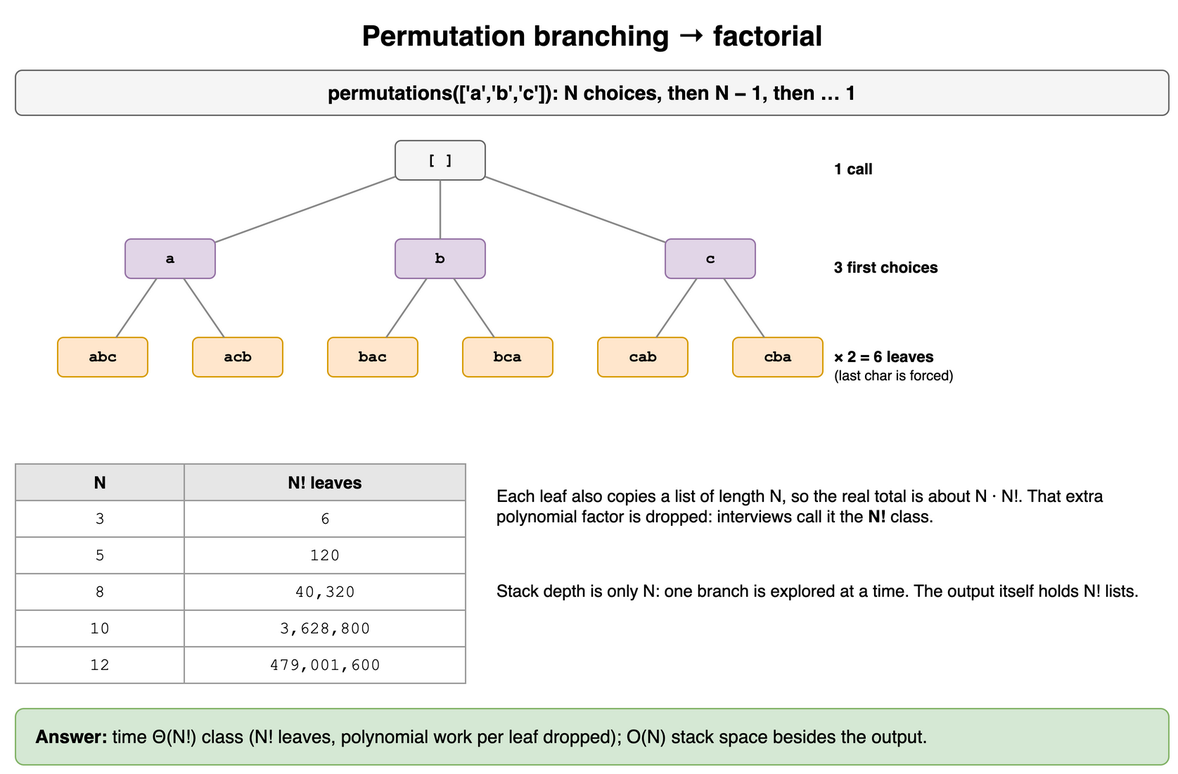
This is content/07_Data_Structures_and_Algorithms/01_Algorithmic_Complexity/diagrams/algorithmic-complexity-drills-14-factorial.png from amendez13/swe-study-guide, a draw.io export, as it was before one commit. Source tidied: cells renumbered, new cells last; positions are measured from the earlier drawing's top-left corner, leaving out a move shared by most shapes.
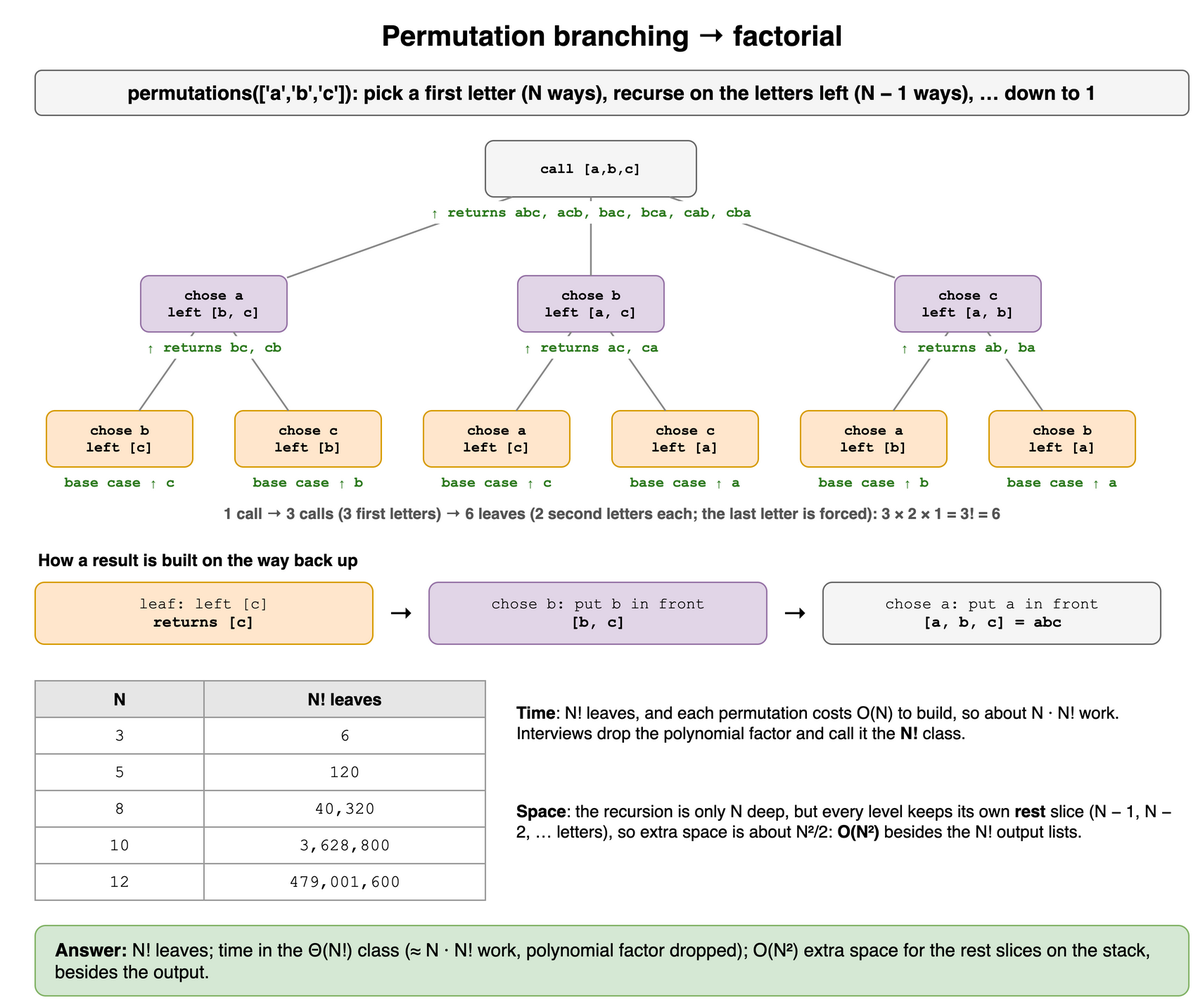
The same file after the commit.

Commit message:
docs(dsa): clarify the permutation branching drill and its diagram

Rewrite the prompt in plain terms, label each call with the letter chosen and
the letters left, show what each call returns, and correct the space bound to
O(N^2) for the rest slices kept on the stack.

Change to the diagram source:
```diff
@@ -7,34 +7,34 @@
     </mxCell>
-    <mxCell id="3" value="permutations(['a','b','c']): N choices, then N − 1, then … 1" style="rounded=1;whiteSpace=wrap;html=1;fillColor=#f5f5f5;strokeColor=#666666;fontStyle=1;fontSize=14;" parent="1" vertex="1">
+    <mxCell id="3" value="permutations(['a','b','c']): pick a first letter (N ways), recurse on the letters left (N − 1 ways), … down to 1" style="rounded=1;whiteSpace=wrap;html=1;fillColor=#f5f5f5;strokeColor=#666666;fontStyle=1;fontSize=14;" parent="1" vertex="1">
       <mxGeometry y="40" width="820" height="32" as="geometry" />
     </mxCell>
-    <mxCell id="4" value="[ ]" style="rounded=1;whiteSpace=wrap;html=1;fontFamily=Courier New;fontSize=11;fontStyle=1;fillColor=#f5f5f5;strokeColor=#666666;" parent="1" vertex="1">
-      <mxGeometry x="270" y="90" width="64" height="28" as="geometry" />
+    <mxCell id="4" value="call [a,b,c]" style="rounded=1;whiteSpace=wrap;html=1;fontFamily=Courier New;fontSize=11;fontStyle=1;fillColor=#f5f5f5;strokeColor=#666666;fontSize=10;" parent="1" vertex="1">
+      <mxGeometry x="320" y="90" width="150" height="40" as="geometry" />
     </mxCell>
-    <mxCell id="5" value="a" style="rounded=1;whiteSpace=wrap;html=1;fontFamily=Courier New;fontSize=11;fontStyle=1;fillColor=#e1d5e7;strokeColor=#9673a6;" parent="1" vertex="1">
-      <mxGeometry x="78" y="160" width="64" height="28" as="geometry" />
+    <mxCell id="5" value="chose a&lt;br&gt;left [b, c]" style="rounded=1;whiteSpace=wrap;html=1;fontFamily=Courier New;fontSize=11;fontStyle=1;fillColor=#e1d5e7;strokeColor=#9673a6;fontSize=10;" parent="1" vertex="1">
+      <mxGeometry x="75" y="186" width="104" height="40" as="geometry" />
     </mxCell>
-    <mxCell id="6" value="abc" style="rounded=1;whiteSpace=wrap;html=1;fontFamily=Courier New;fontSize=11;fontStyle=1;fillColor=#ffe6cc;strokeColor=#d79b00;" parent="1" vertex="1">
-      <mxGeometry x="30" y="230" width="64" height="28" as="geometry" />
+    <mxCell id="6" value="chose b&lt;br&gt;left [c]" style="rounded=1;whiteSpace=wrap;html=1;fontFamily=Courier New;fontSize=11;fontStyle=1;fillColor=#ffe6cc;strokeColor=#d79b00;fontSize=10;" parent="1" vertex="1">
+      <mxGeometry x="8" y="282" width="104" height="40" as="geometry" />
     </mxCell>
-    <mxCell id="7" value="acb" style="rounded=1;whiteSpace=wrap;html=1;fontFamily=Courier New;fontSize=11;fontStyle=1;fillColor=#ffe6cc;strokeColor=#d79b00;" parent="1" vertex="1">
-      <mxGeometry x="126" y="230" width="64" height="28" as="geometry" />
+    <mxCell id="7" value="chose c&lt;br&gt;left [b]" style="rounded=1;whiteSpace=wrap;html=1;fontFamily=Courier New;fontSize=11;fontStyle=1;fillColor=#ffe6cc;strokeColor=#d79b00;fontSize=10;" parent="1" vertex="1">
+      <mxGeometry x="142" y="282" width="104" height="40" as="geometry" />
     </mxCell>
-    <mxCell id="8" value="b" style="rounded=1;whiteSpace=wrap;html=1;fontFamily=Courier New;fontSize=11;fontStyle=1;fillColor=#e1d5e7;strokeColor=#9673a6;" parent="1" vertex="1">
-      <mxGeometry x="270" y="160" width="64" height="28" as="geometry" />
+    <mxCell id="8" value="chose b&lt;br&gt;left [a, c]" style="rounded=1;whiteSpace=wrap;html=1;fontFamily=Courier New;fontSize=11;fontStyle=1;fillColor=#e1d5e7;strokeColor=#9673a6;fontSize=10;" parent="1" vertex="1">
+      <mxGeometry x="343" y="186" width="104" height="40" as="geometry" />
     </mxCell>
-    <mxCell id="9" value="bac" style="rounded=1;whiteSpace=wrap;html=1;fontFamily=Courier New;fontSize=11;fontStyle=1;fillColor=#ffe6cc;strokeColor=#d79b00;" parent="1" vertex="1">
-      <mxGeometry x="222" y="230" width="64" height="28" as="geometry" />
+    <mxCell id="9" value="chose a&lt;br&gt;left [c]" style="rounded=1;whiteSpace=wrap;html=1;fontFamily=Courier New;fontSize=11;fontStyle=1;fillColor=#ffe6cc;strokeColor=#d79b00;fontSize=10;" parent="1" vertex="1">
+      <mxGeometry x="276" y="282" width="104" height="40" as="geometry" />
     </mxCell>
-    <mxCell id="10" value="bca" style="rounded=1;whiteSpace=wrap;html=1;fontFamily=Courier New;fontSize=11;fontStyle=1;fillColor=#ffe6cc;strokeColor=#d79b00;" parent="1" vertex="1">
-      <mxGeometry x="318" y="230" width="64" height="28" as="geometry" />
+    <mxCell id="10" value="chose c&lt;br&gt;left [a]" style="rounded=1;whiteSpace=wrap;html=1;fontFamily=Courier New;fontSize=11;fontStyle=1;fillColor=#ffe6cc;strokeColor=#d79b00;fontSize=10;" parent="1" vertex="1">
+      <mxGeometry x="410" y="282" width="104" height="40" as="geometry" />
     </mxCell>
-    <mxCell id="11" value="c" style="rounded=1;whiteSpace=wrap;html=1;fontFamily=Courier New;fontSize=11;fontStyle=1;fillColor=#e1d5e7;strokeColor=#9673a6;" parent="1" vertex="1">
-      <mxGeometry x="462" y="160" width="64" height="28" as="geometry" />
+    <mxCell id="11" value="chose c&lt;br&gt;left [a, b]" style="rounded=1;whiteSpace=wrap;html=1;fontFamily=Courier New;fontSize=11;fontStyle=1;fillColor=#e1d5e7;strokeColor=#9673a6;fontSize=10;" parent="1" vertex="1">
+      <mxGeometry x="611" y="186" width="104" height="40" as="geometry" />
     </mxCell>
-    <mxCell id="12" value="cab" style="rounded=1;whiteSpace=wrap;html=1;fontFamily=Courier New;fontSize=11;fontStyle=1;fillColor=#ffe6cc;strokeColor=#d79b00;" parent="1" vertex="1">
-      <mxGeometry x="414" y="230" width="64" height="28" as="geometry" />
+    <mxCell id="12" value="chose a&lt;br&gt;left [b]" style="rounded=1;whiteSpace=wrap;html=1;fontFamily=Courier New;fontSize=11;fontStyle=1;fillColor=#ffe6cc;strokeColor=#d79b00;fontSize=10;" parent="1" vertex="1">
+      <mxGeometry x="544" y="282" width="104" height="40" as="geometry" />
     </mxCell>
-    <mxCell id="13" value="cba" style="rounded=1;whiteSpace=wrap;html=1;fontFamily=Courier New;fontSize=11;fontStyle=1;fillColor=#ffe6cc;strokeColor=#d79b00;" parent="1" vertex="1">
-      <mxGeometry x="510" y="230" width="64" height="28" as="geometry" />
+    <mxCell id="13" value="chose b&lt;br&gt;left [a]" style="rounded=1;whiteSpace=wrap;html=1;fontFamily=Courier New;fontSize=11;fontStyle=1;fillColor=#ffe6cc;strokeColor=#d79b00;fontSize=10;" parent="1" vertex="1">
+      <mxGeometry x="678" y="282" width="104" height="40" as="geometry" />
     </mxCell>
@@ -67,56 +67,98 @@
     </mxCell>
-    <mxCell id="23" value="1 call" style="text;html=1;align=center;verticalAlign=middle;whiteSpace=wrap;fontSize=11;fontStyle=1;align=left;" parent="1" vertex="1">
-      <mxGeometry x="580" y="90" width="180" height="40" as="geometry" />
+    <mxCell id="23" value="↑ returns abc, acb, bac, bca, cab, cba" style="text;html=1;align=center;verticalAlign=middle;whiteSpace=wrap;fontSize=10;fontColor=#2d7a1f;fontStyle=1;fillColor=#ffffff;fontFamily=Courier New;" parent="1" vertex="1">
+      <mxGeometry x="230" y="133" width="330" height="16" as="geometry" />
     </mxCell>
-    <mxCell id="24" value="3 first choices" style="text;html=1;align=center;verticalAlign=middle;whiteSpace=wrap;fontSize=11;fontStyle=1;align=left;" parent="1" vertex="1">
-      <mxGeometry x="580" y="160" width="180" height="40" as="geometry" />
+    <mxCell id="24" value="↑ returns bc, cb" style="text;html=1;align=center;verticalAlign=middle;whiteSpace=wrap;fontSize=10;fontColor=#2d7a1f;fontStyle=1;fillColor=#ffffff;fontFamily=Courier New;" parent="1" vertex="1">
+      <mxGeometry x="52" y="229" width="150" height="16" as="geometry" />
     </mxCell>
-    <mxCell id="25" value="× 2 = 6 leaves&lt;br&gt;&lt;span style='font-size:10px;font-weight:normal'&gt;(last char is forced)&lt;/span&gt;" style="text;html=1;align=center;verticalAlign=middle;whiteSpace=wrap;fontSize=11;fontStyle=1;align=left;" parent="1" vertex="1">
-      <mxGeometry x="580" y="230" width="180" height="40" as="geometry" />
+    <mxCell id="25" value="base case ↑ c" style="text;html=1;align=center;verticalAlign=middle;whiteSpace=wrap;fontSize=10;fontColor=#2d7a1f;fontStyle=1;fillColor=#ffffff;fontFamily=Courier New;" parent="1" vertex="1">
+      <mxGeometry x="-15" y="325" width="150" height="16" as="geometry" />
     </mxCell>
-    <mxCell id="26" value="N" style="whiteSpace=wrap;html=1;fillColor=#e6e6e6;strokeColor=#999999;fontStyle=1;fontSize=12;" parent="1" vertex="1">
-      <mxGeometry y="320" width="120" height="26" as="geometry" />
+    <mxCell id="26" value="base case ↑ b" style="text;html=1;align=center;verticalAlign=middle;whiteSpace=wrap;fontSize=10;fontColor=#2d7a1f;fontStyle=1;fillColor=#ffffff;fontFamily=Courier New;" parent="1" vertex="1">
+      <mxGeometry x="119" y="325" width="150" height="16" as="geometry" />
     </mxCell>
-    <mxCell id="27" value="N! leaves" style="whiteSpace=wrap;html=1;fillColor=#e6e6e6;strokeColor=#999999;fontStyle=1;fontSize=12;" parent="1" vertex="1">
-      <mxGeometry x="120" y="320" width="200" height="26" as="geometry" />
+    <mxCell id="27" value="↑ returns ac, ca" style="text;html=1;align=center;verticalAlign=middle;whiteSpace=wrap;fontSize=10;fontColor=#2d7a1f;fontStyle=1;fillColor=#ffffff;fontFamily=Courier New;" parent="1" vertex="1">
+      <mxGeometry x="320" y="229" width="150" height="16" as="geometry" />
     </mxCell>
-    <mxCell id="28" value="3" style="whiteSpace=wrap;html=1;strokeColor=#999999;fontSize=12;fillColor=#ffffff;fontFamily=Courier New;" parent="1" vertex="1">
-      <mxGeometry y="346" width="120" height="26" as="geometry" />
+    <mxCell id="28" value="base case ↑ c" style="text;html=1;align=center;verticalAlign=middle;whiteSpace=wrap;fontSize=10;fontColor=#2d7a1f;fontStyle=1;fillColor=#ffffff;fontFamily=Courier New;" parent="1" vertex="1">
+      <mxGeometry x="253" y="325" width="150" height="16" as="geometry" />
     </mxCell>
-    <mxCell id="29" value="6" style="whiteSpace=wrap;html=1;strokeColor=#999999;fontSize=12;fillColor=#ffffff;fontFamily=Courier New;" parent="1" vertex="1">
-      <mxGeometry x="120" y="346" width="200" height="26" as="geometry" />
+    <mxCell id="29" value="base case ↑ a" style="text;html=1;align=center;verticalAlign=middle;whiteSpace=wrap;fontSize=10;fontColor=#2d7a1f;fontStyle=1;fillColor=#ffffff;fontFamily=Courier New;" parent="1" vertex="1">
+      <mxGeometry x="387" y="325" width="150" height="16" as="geometry" />
     </mxCell>
-    <mxCell id="30" value="5" style="whiteSpace=wrap;html=1;strokeColor=#999999;fontSize=12;fillColor=#ffffff;fontFamily=Courier New;" parent="1" vertex="1">
-      <mxGeometry y="372" width="120" height="26" as="geometry" />
+    <mxCell id="30" value="↑ returns ab, ba" style="text;html=1;align=center;verticalAlign=middle;whiteSpace=wrap;fontSize=10;fontColor=#2d7a1f;fontStyle=1;fillColor=#ffffff;fontFamily=Courier New;" parent="1" vertex="1">
+      <mxGeometry x="588" y="229" width="150" height="16" as="geometry" />
     </mxCell>
-    <mxCell id="31" value="120" style="whiteSpace=wrap;html=1;strokeColor=#999999;fontSize=12;fillColor=#ffffff;fontFamily=Courier New;" parent="1" vertex="1">
-      <mxGeometry x="120" y="372" width="200" height="26" as="geometry" />
+    <mxCell id="31" value="base case ↑ b" style="text;html=1;align=center;verticalAlign=middle;whiteSpace=wrap;fontSize=10;fontColor=#2d7a1f;fontStyle=1;fillColor=#ffffff;fontFamily=Courier New;" parent="1" vertex="1">
+      <mxGeometry x="521" y="325" width="150" height="16" as="geometry" />
     </mxCell>
-    <mxCell id="32" value="8" style="whiteSpace=wrap;html=1;strokeColor=#999999;fontSize=12;fillColor=#ffffff;fontFamily=Courier New;" parent="1" vertex="1">
-      <mxGeometry y="398" width="120" height="26" as="geometry" />
+    <mxCell id="32" value="base case ↑ a" style="text;html=1;align=center;verticalAlign=middle;whiteSpace=wrap;fontSize=10;fontColor=#2d7a1f;fontStyle=1;fillColor=#ffffff;fontFamily=Courier New;" parent="1" vertex="1">
+      <mxGeometry x="655" y="325" width="150" height="16" as="geometry" />
     </mxCell>
-    <mxCell id="33" value="40,320" style="whiteSpace=wrap;html=1;strokeColor=#999999;fontSize=12;fillColor=#ffffff;fontFamily=Courier New;" parent="1" vertex="1">
-      <mxGeometry x="120" y="398" width="200" height="26" as="geometry" />
+    <mxCell id="33" value="1 call → 3 calls (3 first letters) → 6 leaves (2 second letters each; the last letter is forced): 3 × 2 × 1 = 3! = 6" style="text;html=1;align=center;verticalAlign=middle;whiteSpace=wrap;fontSize=11;fontStyle=1;fontColor=#555555;" parent="1" vertex="1">
+      <mxGeometry y="346" width="820" height="18" as="geometry" />
     </mxCell>
-    <mxCell id="34" value="10" style="whiteSpace=wrap;html=1;strokeColor=#999999;fontSize=12;fillColor=#ffffff;fontFamily=Courier New;" parent="1" vertex="1">
-      <mxGeometry y="424" width="120" height="26" as="geometry" />
+    <mxCell id="34" value="&lt;b&gt;How a result is built on the way back up&lt;/b&gt;" style="text;html=1;align=center;verticalAlign=middle;whiteSpace=wrap;fontSize=12;align=left;" parent="1" vertex="1">
+      <mxGeometry y="378" width="820" height="20" as="geometry" />
     </mxCell>
-    <mxCell id="35" value="3,628,800" style="whiteSpace=wrap;html=1;strokeColor=#999999;fontSize=12;fillColor=#ffffff;fontFamily=Courier New;" parent="1" vertex="1">
-      <mxGeometry x="120" y="424" width="200" height="26" as="geometry" />
+    <mxCell id="35" value="leaf: left [c]&lt;br&gt;&lt;b&gt;returns [c]&lt;/b&gt;" style="rounded=1;whiteSpace=wrap;html=1;fontFamily=Courier New;fontSize=11;fontStyle=1;fontStyle=0;fontSize=11;fillColor=#ffe6cc;strokeColor=#d79b00;" parent="1" vertex="1">
+      <mxGeometry y="404" width="240" height="44" as="geometry" />
     </mxCell>
-    <mxCell id="36" value="12" style="whiteSpace=wrap;html=1;strokeColor=#999999;fontSize=12;fillColor=#ffffff;fontFamily=Courier New;" parent="1" vertex="1">
-      <mxGeometry y="450" width="120" height="26" as="geometry" />
+    <mxCell id="36" value="chose b: put b in front&lt;br&gt;&lt;b&gt;[b, c]&lt;/b&gt;" style="rounded=1;whiteSpace=wrap;html=1;fontFamily=Courier New;fontSize=11;fontStyle=1;fontStyle=0;fontSize=11;fillColor=#e1d5e7;strokeColor=#9673a6;" parent="1" vertex="1">
+      <mxGeometry x="280" y="404" width="240" height="44" as="geometry" />
     </mxCell>
-    <mxCell id="37" value="479,001,600" style="whiteSpace=wrap;html=1;strokeColor=#999999;fontSize=12;fillColor=#ffffff;fontFamily=Courier New;" parent="1" vertex="1">
-      <mxGeometry x="120" y="450" width="200" height="26" as="geometry" />
+    <mxCell id="37" value="→" style="text;html=1;align=center;verticalAlign=middle;whiteSpace=wrap;fontSize=18;" parent="1" vertex="1">
+      <mxGeometry x="240" y="404" width="40" height="44" as="geometry" />
     </mxCell>
-    <mxCell id="38" value="Each leaf also copies a list of length N, so the real total is about N · N!. That extra polynomial factor is dropped: interviews call it the &lt;b&gt;N!&lt;/b&gt; class." style="text;html=1;align=center;verticalAlign=middle;whiteSpace=wrap;fontSize=12;align=left;" parent="1" vertex="1">
-      <mxGeometry x="340" y="320" width="480" height="60" as="geometry" />
+    <mxCell id="38" value="chose a: put a in front&lt;br&gt;&lt;b&gt;[a, b, c] = abc&lt;/b&gt;" style="rounded=1;whiteSpace=wrap;html=1;fontFamily=Courier New;fontSize=11;fontStyle=1;fontStyle=0;fontSize=11;fillColor=#f5f5f5;strokeColor=#666666;" parent="1" vertex="1">
+      <mxGeometry x="560" y="404" width="240" height="44" as="geometry" />
     </mxCell>
-    <mxCell id="39" value="Stack depth is only N: one branch is explored at a time. The output itself holds N! lists." style="text;html=1;align=center;verticalAlign=middle;whiteSpace=wrap;fontSize=12;align=left;" parent="1" vertex="1">
-      <mxGeometry x="340" y="390" width="480" height="40" as="geometry" />
+    <mxCell id="39" value="→" style="text;html=1;align=center;verticalAlign=middle;whiteSpace=wrap;fontSize=18;" parent="1" vertex="1">
+      <mxGeometry x="520" y="404" width="40" height="44" as="geometry" />
     </mxCell>
-    <mxCell id="40" value="&lt;b&gt;Answer:&lt;/b&gt; time Θ(N!) class (N! leaves, polynomial work per leaf dropped); O(N) stack space besides the output." style="rounded=1;whiteSpace=wrap;html=1;fillColor=#d5e8d4;strokeColor=#82b366;fontSize=13;align=left;spacingLeft=12;" parent="1" vertex="1">
-      <mxGeometry y="494" width="820" height="40" as="geometry" />
+    <mxCell id="40" value="N" style="whiteSpace=wrap;html=1;fillColor=#e6e6e6;strokeColor=#999999;fontStyle=1;fontSize=12;" parent="1" vertex="1">
+      <mxGeometry y="474" width="120" height="26" as="geometry" />
     </mxCell>
+    <mxCell id="41" value="N! leaves" style="whiteSpace=wrap;html=1;fillColor=#e6e6e6;strokeColor=#999999;fontStyle=1;fontSize=12;" parent="1" vertex="1">
+      <mxGeometry x="120" y="474" width="200" height="26" as="geometry" />
+    </mxCell>
+    <mxCell id="42" value="3" style="whiteSpace=wrap;html=1;strokeColor=#999999;fontSize=12;fillColor=#ffffff;fontFamily=Courier New;" parent="1" vertex="1">
+      <mxGeometry y="500" width="120" height="26" as="geometry" />
+    </mxCell>
+    <mxCell id="43" value="6" style="whiteSpace=wrap;html=1;strokeColor=#999999;fontSize=12;fillColor=#ffffff;fontFamily=Courier New;" parent="1" vertex="1">
+      <mxGeometry x="120" y="500" width="200" height="26" as="geometry" />
+    </mxCell>
+    <mxCell id="44" value="5" style="whiteSpace=wrap;html=1;strokeColor=#999999;fontSize=12;fillColor=#ffffff;fontFamily=Courier New;" parent="1" vertex="1">
+      <mxGeometry y="526" width="120" height="26" as="geometry" />
+    </mxCell>
+    <mxCell id="45" value="120" style="whiteSpace=wrap;html=1;strokeColor=#999999;fontSize=12;fillColor=#ffffff;fontFamily=Courier New;" parent="1" vertex="1">
+      <mxGeometry x="120" y="526" width="200" height="26" as="geometry" />
+    </mxCell>
+    <mxCell id="46" value="8" style="whiteSpace=wrap;html=1;strokeColor=#999999;fontSize=12;fillColor=#ffffff;fontFamily=Courier New;" parent="1" vertex="1">
+      <mxGeometry y="552" width="120" height="26" as="geometry" />
+    </mxCell>
+    <mxCell id="47" value="40,320" style="whiteSpace=wrap;html=1;strokeColor=#999999;fontSize=12;fillColor=#ffffff;fontFamily=Courier New;" parent="1" vertex="1">
+      <mxGeometry x="120" y="552" width="200" height="26" as="geometry" />
+    </mxCell>
+    <mxCell id="48" value="10" style="whiteSpace=wrap;html=1;strokeColor=#999999;fontSize=12;fillColor=#ffffff;fontFamily=Courier New;" parent="1" vertex="1">
+      <mxGeometry y="578" width="120" height="26" as="geometry" />
+    </mxCell>
+    <mxCell id="49" value="3,628,800" style="whiteSpace=wrap;html=1;strokeColor=#999999;fontSize=12;fillColor=#ffffff;fontFamily=Courier New;" parent="1" vertex="1">
+      <mxGeometry x="120" y="578" width="200" height="26" as="geometry" />
+    </mxCell>
+    <mxCell id="50" value="12" style="whiteSpace=wrap;html=1;strokeColor=#999999;fontSize=12;fillColor=#ffffff;fontFamily=Courier New;" parent="1" vertex="1">
+      <mxGeometry y="604" width="120" height="26" as="geometry" />
+    </mxCell>
+    <mxCell id="51" value="479,001,600" style="whiteSpace=wrap;html=1;strokeColor=#999999;fontSize=12;fillColor=#ffffff;fontFamily=Courier New;" parent="1" vertex="1">
+      <mxGeometry x="120" y="604" width="200" height="26" as="geometry" />
+    </mxCell>
+    <mxCell id="52" value="&lt;b&gt;Time&lt;/b&gt;: N! leaves, and each permutation costs O(N) to build, so about N · N! work. Interviews drop the polynomial factor and call it the &lt;b&gt;N!&lt;/b&gt; class." style="text;html=1;align=center;verticalAlign=middle;whiteSpace=wrap;fontSize=12;align=left;" parent="1" vertex="1">
+      <mxGeometry x="340" y="474" width="480" height="60" as="geometry" />
+    </mxCell>
+    <mxCell id="53" value="&lt;b&gt;Space&lt;/b&gt;: the recursion is only N deep, but every level keeps its own &lt;b&gt;rest&lt;/b&gt; slice (N − 1, N − 2, … letters), so extra space is about N²/2: &lt;b&gt;O(N²)&lt;/b&gt; besides the N! output lists." style="text;html=1;align=center;verticalAlign=middle;whiteSpace=wrap;fontSize=12;align=left;" parent="1" vertex="1">
+      <mxGeometry x="340" y="544" width="480" height="60" as="geometry" />
+    </mxCell>
+    <mxCell id="54" value="&lt;b&gt;Answer:&lt;/b&gt; N! leaves; time in the Θ(N!) class (≈ N · N! work, polynomial factor dropped); O(N²) extra space for the rest slices on the stack, besides the output." style="rounded=1;whiteSpace=wrap;html=1;fillColor=#d5e8d4;strokeColor=#82b366;fontSize=13;align=left;spacingLeft=12;" parent="1" vertex="1">
+      <mxGeometry y="648" width="820" height="50" as="geometry" />
+    </mxCell>
   </root>
```
